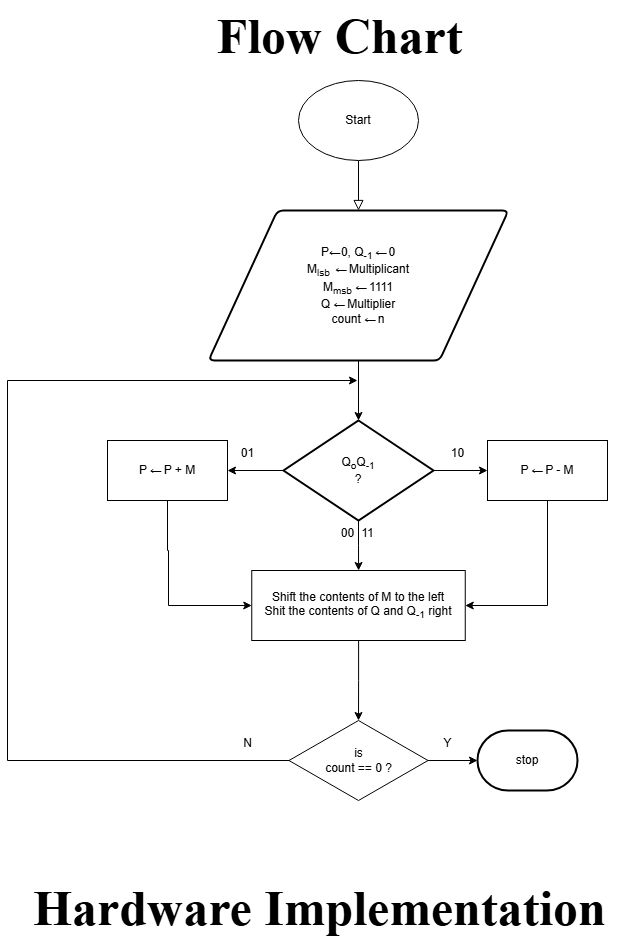
anamboijohn/Computer-Architecture keeps this draw.io diagram as booth multiplication implementation.drawio.png. Above is the earlier version. Source tidied: cells renumbered, new cells last; positions are measured from the earlier drawing's top-left corner, leaving out a move shared by most shapes.
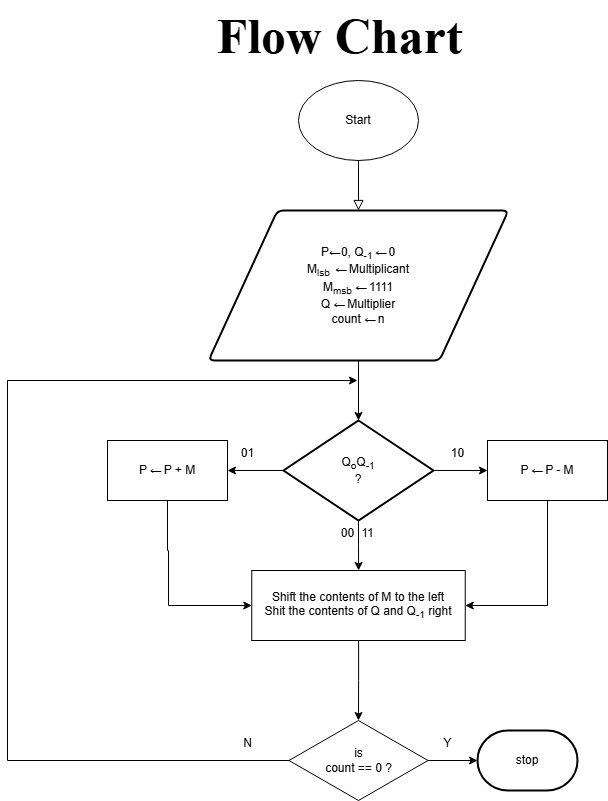
After the commit.

What changed in the source:
```diff
@@ -95,8 +95,5 @@
     <mxCell id="27" value="&lt;font style=&quot;font-size: 50px;&quot; face=&quot;Times New Roman&quot;&gt;&lt;b style=&quot;&quot;&gt;Flow Chart&lt;/b&gt;&lt;/font&gt;" style="text;html=1;align=center;verticalAlign=middle;strokeColor=none;fillColor=none;" parent="1" vertex="1">
       <mxGeometry x="197" width="270" height="70" as="geometry" />
     </mxCell>
-    <mxCell id="28" value="&lt;font style=&quot;font-size: 50px;&quot; face=&quot;Times New Roman&quot;&gt;&lt;b&gt;Hardware Implementation&lt;/b&gt;&lt;/font&gt;" style="text;html=1;align=center;verticalAlign=middle;strokeColor=none;fillColor=none;" parent="1" vertex="1">
-      <mxGeometry x="12" y="872" width="600" height="70" as="geometry" />
-    </mxCell>
   </root>
 </mxGraphModel>
```
